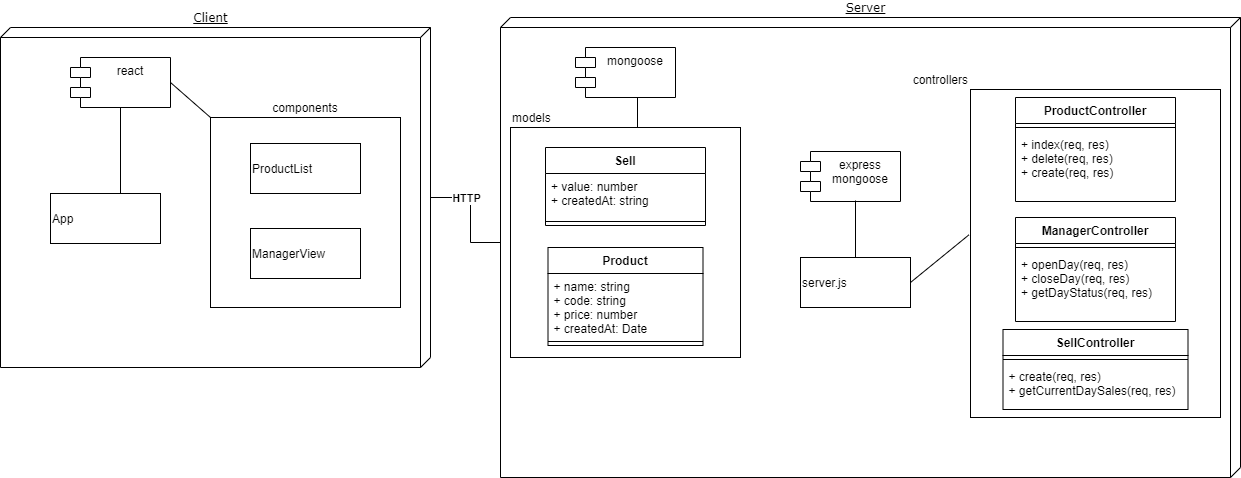
Before: diagram.png, a diagram exported from draw.io (rizzotto/supermarket). Source tidied: cells renumbered, new cells last; positions are measured from the earlier drawing's top-left corner, leaving out a move shared by most shapes. Source of this version:
```xml
<mxGraphModel background="#ffffff">
  <root>
    <mxCell id="0" />
    <mxCell id="1" parent="0" />
    <mxCell id="2" style="edgeStyle=orthogonalEdgeStyle;rounded=0;jettySize=auto;html=1;" parent="1" edge="1" source="4" target="7">
      <mxGeometry relative="1" as="geometry" />
    </mxCell>
    <mxCell id="3" value="&lt;b&gt;HTTP&lt;/b&gt;" style="edgeLabel;html=1;align=center;verticalAlign=middle;" parent="2" vertex="1">
      <mxGeometry x="-0.44" relative="1" as="geometry" />
    </mxCell>
    <mxCell id="4" value="Client" style="verticalAlign=bottom;align=center;spacingTop=8;spacingLeft=2;spacingRight=12;shape=cube;size=10;direction=south;fontStyle=4;html=1;rounded=0;shadow=0;comic=0;labelBackgroundColor=none;strokeWidth=1;fontFamily=Verdana;fontSize=12;labelPosition=center;verticalLabelPosition=top;" parent="1" vertex="1">
      <mxGeometry y="10" width="430" height="340" as="geometry" />
    </mxCell>
    <mxCell id="5" value="Server" style="verticalAlign=bottom;align=center;spacingTop=8;spacingLeft=2;spacingRight=12;shape=cube;size=10;direction=south;fontStyle=4;html=1;rounded=0;shadow=0;comic=0;labelBackgroundColor=none;strokeWidth=1;fontFamily=Verdana;fontSize=12;labelPosition=center;verticalLabelPosition=top;" parent="1" vertex="1">
      <mxGeometry x="500" width="740" height="460" as="geometry" />
    </mxCell>
    <mxCell id="6" value="mongoose" style="shape=module;align=left;spacingLeft=20;align=center;verticalAlign=top;" parent="1" vertex="1">
      <mxGeometry x="575" y="30" width="100" height="50" as="geometry" />
    </mxCell>
    <mxCell id="7" value="models" style="whiteSpace=wrap;html=1;labelPosition=center;verticalLabelPosition=top;align=left;verticalAlign=bottom;" parent="1" vertex="1">
      <mxGeometry x="510" y="110" width="230" height="230" as="geometry" />
    </mxCell>
    <mxCell id="8" style="endArrow=none;html=1;" parent="1" edge="1">
      <mxGeometry relative="1" as="geometry">
        <mxPoint x="637" y="110" as="sourcePoint" />
        <mxPoint x="637" y="80" as="targetPoint" />
      </mxGeometry>
    </mxCell>
    <mxCell id="9" value="controllers" style="whiteSpace=wrap;html=1;align=right;labelPosition=left;verticalLabelPosition=top;verticalAlign=bottom;" parent="1" vertex="1">
      <mxGeometry x="970" y="72" width="250" height="328" as="geometry" />
    </mxCell>
    <mxCell id="10" value="Sell" style="swimlane;fontStyle=1;align=center;verticalAlign=top;horizontal=1;startSize=26;" parent="1" vertex="1">
      <mxGeometry x="545" y="130" width="160" height="78" as="geometry" />
    </mxCell>
    <mxCell id="11" value="+ value: number&#10;+ createdAt: string" style="text;strokeColor=none;fillColor=none;align=left;verticalAlign=top;spacingLeft=4;spacingRight=4;overflow=hidden;" parent="10" vertex="1">
      <mxGeometry y="26" width="160" height="44" as="geometry" />
    </mxCell>
    <mxCell id="12" style="line;strokeWidth=1;fillColor=none;align=left;verticalAlign=middle;spacingTop=-1;spacingLeft=3;spacingRight=3;labelPosition=right;" parent="10" vertex="1">
      <mxGeometry y="70" width="160" height="8" as="geometry" />
    </mxCell>
    <mxCell id="13" value="Product" style="swimlane;fontStyle=1;align=center;verticalAlign=top;horizontal=1;startSize=26;" parent="1" vertex="1">
      <mxGeometry x="547.5" y="230" width="155" height="98" as="geometry" />
    </mxCell>
    <mxCell id="14" value="+ name: string&#10;+ code: string&#10;+ price: number&#10;+ createdAt: Date" style="text;strokeColor=none;fillColor=none;align=left;verticalAlign=top;spacingLeft=4;spacingRight=4;overflow=hidden;" parent="13" vertex="1">
      <mxGeometry y="26" width="155" height="64" as="geometry" />
    </mxCell>
    <mxCell id="15" style="line;strokeWidth=1;fillColor=none;align=left;verticalAlign=middle;spacingTop=-1;spacingLeft=3;spacingRight=3;labelPosition=right;" parent="13" vertex="1">
      <mxGeometry y="90" width="155" height="8" as="geometry" />
    </mxCell>
    <mxCell id="16" value="SellController" style="swimlane;fontStyle=1;align=center;verticalAlign=top;horizontal=1;startSize=26;" parent="1" vertex="1">
      <mxGeometry x="1002.5" y="312" width="185" height="80" as="geometry" />
    </mxCell>
    <mxCell id="17" style="line;strokeWidth=1;fillColor=none;align=left;verticalAlign=middle;spacingTop=-1;spacingLeft=3;spacingRight=3;labelPosition=right;" parent="16" vertex="1">
      <mxGeometry y="26" width="185" height="8" as="geometry" />
    </mxCell>
    <mxCell id="18" value="+ create(req, res)&#10;+ getCurrentDaySales(req, res)" style="text;strokeColor=none;fillColor=none;align=left;verticalAlign=top;spacingLeft=4;spacingRight=4;overflow=hidden;" parent="16" vertex="1">
      <mxGeometry y="34" width="185" height="46" as="geometry" />
    </mxCell>
    <mxCell id="19" value="ProductController" style="swimlane;fontStyle=1;align=center;verticalAlign=top;horizontal=1;startSize=26;" parent="1" vertex="1">
      <mxGeometry x="1015" y="80" width="160" height="104" as="geometry" />
    </mxCell>
    <mxCell id="20" style="line;strokeWidth=1;fillColor=none;align=left;verticalAlign=middle;spacingTop=-1;spacingLeft=3;spacingRight=3;labelPosition=right;" parent="19" vertex="1">
      <mxGeometry y="26" width="160" height="8" as="geometry" />
    </mxCell>
    <mxCell id="21" value="+ index(req, res)&#10;+ delete(req, res)&#10;+ create(req, res)" style="text;strokeColor=none;fillColor=none;align=left;verticalAlign=top;spacingLeft=4;spacingRight=4;overflow=hidden;" parent="19" vertex="1">
      <mxGeometry y="34" width="160" height="70" as="geometry" />
    </mxCell>
    <mxCell id="22" value="ManagerController" style="swimlane;fontStyle=1;align=center;verticalAlign=top;horizontal=1;startSize=26;" parent="1" vertex="1">
      <mxGeometry x="1015" y="200" width="160" height="104" as="geometry" />
    </mxCell>
    <mxCell id="23" style="line;strokeWidth=1;fillColor=none;align=left;verticalAlign=middle;spacingTop=-1;spacingLeft=3;spacingRight=3;labelPosition=right;" parent="22" vertex="1">
      <mxGeometry y="26" width="160" height="8" as="geometry" />
    </mxCell>
    <mxCell id="24" value="+ openDay(req, res)&#10;+ closeDay(req, res)&#10;+ getDayStatus(req, res)" style="text;strokeColor=none;fillColor=none;align=left;verticalAlign=top;spacingLeft=4;spacingRight=4;overflow=hidden;" parent="22" vertex="1">
      <mxGeometry y="34" width="160" height="70" as="geometry" />
    </mxCell>
    <mxCell id="25" value="server.js" style="html=1;align=left;" parent="1" vertex="1">
      <mxGeometry x="800" y="240" width="110" height="50" as="geometry" />
    </mxCell>
    <mxCell id="26" value="express&#10;mongoose" style="shape=module;align=left;spacingLeft=20;align=center;verticalAlign=top;" parent="1" vertex="1">
      <mxGeometry x="800" y="134" width="100" height="50" as="geometry" />
    </mxCell>
    <mxCell id="27" style="endArrow=none;html=1;exitX=0.5;exitY=0;exitDx=0;exitDy=0;" parent="1" edge="1" source="25">
      <mxGeometry relative="1" as="geometry">
        <mxPoint x="855" y="183" as="targetPoint" />
      </mxGeometry>
    </mxCell>
    <mxCell id="28" style="endArrow=none;html=1;entryX=-0.006;entryY=0.443;entryDx=0;entryDy=0;entryPerimeter=0;exitX=1;exitY=0.5;exitDx=0;exitDy=0;" parent="1" edge="1" source="25" target="9">
      <mxGeometry relative="1" as="geometry" />
    </mxCell>
    <mxCell id="29" value="App" style="html=1;align=left;" parent="1" vertex="1">
      <mxGeometry x="50" y="176" width="110" height="50" as="geometry" />
    </mxCell>
    <mxCell id="30" value="components" style="whiteSpace=wrap;html=1;align=center;labelPosition=center;verticalLabelPosition=top;verticalAlign=bottom;" parent="1" vertex="1">
      <mxGeometry x="210" y="100" width="190" height="190" as="geometry" />
    </mxCell>
    <mxCell id="31" value="ProductList" style="html=1;align=left;" parent="1" vertex="1">
      <mxGeometry x="250" y="126" width="110" height="50" as="geometry" />
    </mxCell>
    <mxCell id="32" value="ManagerView" style="html=1;align=left;" parent="1" vertex="1">
      <mxGeometry x="250" y="211" width="110" height="50" as="geometry" />
    </mxCell>
    <mxCell id="33" value="react" style="shape=module;align=left;spacingLeft=20;align=center;verticalAlign=top;" parent="1" vertex="1">
      <mxGeometry x="70" y="40" width="100" height="50" as="geometry" />
    </mxCell>
    <mxCell id="34" style="endArrow=none;html=1;entryX=1;entryY=0.5;entryDx=0;entryDy=0;exitX=0;exitY=0;exitDx=0;exitDy=0;" parent="1" edge="1" source="30" target="33">
      <mxGeometry relative="1" as="geometry" />
    </mxCell>
    <mxCell id="35" style="endArrow=none;html=1;" parent="1" edge="1">
      <mxGeometry relative="1" as="geometry">
        <mxPoint x="120" y="176" as="sourcePoint" />
        <mxPoint x="120" y="90" as="targetPoint" />
      </mxGeometry>
    </mxCell>
  </root>
</mxGraphModel>
```
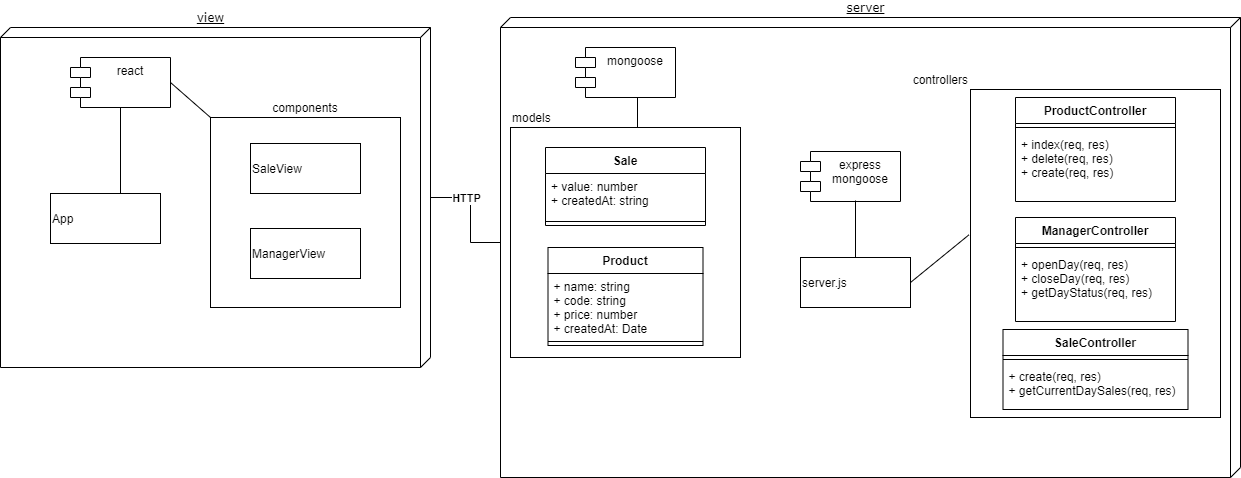
The same diagram one commit later.

Diff of the diagram source:
```diff
@@ -8,10 +8,10 @@
     <mxCell id="3" value="&lt;b&gt;HTTP&lt;/b&gt;" style="edgeLabel;html=1;align=center;verticalAlign=middle;" parent="2" vertex="1">
       <mxGeometry x="-0.44" relative="1" as="geometry" />
     </mxCell>
-    <mxCell id="4" value="Client" style="verticalAlign=bottom;align=center;spacingTop=8;spacingLeft=2;spacingRight=12;shape=cube;size=10;direction=south;fontStyle=4;html=1;rounded=0;shadow=0;comic=0;labelBackgroundColor=none;strokeWidth=1;fontFamily=Verdana;fontSize=12;labelPosition=center;verticalLabelPosition=top;" parent="1" vertex="1">
+    <mxCell id="4" value="view&lt;br&gt;" style="verticalAlign=bottom;align=center;spacingTop=8;spacingLeft=2;spacingRight=12;shape=cube;size=10;direction=south;fontStyle=4;html=1;rounded=0;shadow=0;comic=0;labelBackgroundColor=none;strokeWidth=1;fontFamily=Verdana;fontSize=12;labelPosition=center;verticalLabelPosition=top;" parent="1" vertex="1">
       <mxGeometry y="10" width="430" height="340" as="geometry" />
     </mxCell>
-    <mxCell id="5" value="Server" style="verticalAlign=bottom;align=center;spacingTop=8;spacingLeft=2;spacingRight=12;shape=cube;size=10;direction=south;fontStyle=4;html=1;rounded=0;shadow=0;comic=0;labelBackgroundColor=none;strokeWidth=1;fontFamily=Verdana;fontSize=12;labelPosition=center;verticalLabelPosition=top;" parent="1" vertex="1">
+    <mxCell id="5" value="server&lt;br&gt;" style="verticalAlign=bottom;align=center;spacingTop=8;spacingLeft=2;spacingRight=12;shape=cube;size=10;direction=south;fontStyle=4;html=1;rounded=0;shadow=0;comic=0;labelBackgroundColor=none;strokeWidth=1;fontFamily=Verdana;fontSize=12;labelPosition=center;verticalLabelPosition=top;" parent="1" vertex="1">
       <mxGeometry x="500" width="740" height="460" as="geometry" />
     </mxCell>
     <mxCell id="6" value="mongoose" style="shape=module;align=left;spacingLeft=20;align=center;verticalAlign=top;" parent="1" vertex="1">
@@ -29,7 +29,7 @@
     <mxCell id="9" value="controllers" style="whiteSpace=wrap;html=1;align=right;labelPosition=left;verticalLabelPosition=top;verticalAlign=bottom;" parent="1" vertex="1">
       <mxGeometry x="970" y="72" width="250" height="328" as="geometry" />
     </mxCell>
-    <mxCell id="10" value="Sell" style="swimlane;fontStyle=1;align=center;verticalAlign=top;horizontal=1;startSize=26;" parent="1" vertex="1">
+    <mxCell id="10" value="Sale" style="swimlane;fontStyle=1;align=center;verticalAlign=top;horizontal=1;startSize=26;" parent="1" vertex="1">
       <mxGeometry x="545" y="130" width="160" height="78" as="geometry" />
     </mxCell>
     <mxCell id="11" value="+ value: number&#10;+ createdAt: string" style="text;strokeColor=none;fillColor=none;align=left;verticalAlign=top;spacingLeft=4;spacingRight=4;overflow=hidden;" parent="10" vertex="1">
@@ -47,7 +47,7 @@
     <mxCell id="15" style="line;strokeWidth=1;fillColor=none;align=left;verticalAlign=middle;spacingTop=-1;spacingLeft=3;spacingRight=3;labelPosition=right;" parent="13" vertex="1">
       <mxGeometry y="90" width="155" height="8" as="geometry" />
     </mxCell>
-    <mxCell id="16" value="SellController" style="swimlane;fontStyle=1;align=center;verticalAlign=top;horizontal=1;startSize=26;" parent="1" vertex="1">
+    <mxCell id="16" value="SaleController" style="swimlane;fontStyle=1;align=center;verticalAlign=top;horizontal=1;startSize=26;" parent="1" vertex="1">
       <mxGeometry x="1002.5" y="312" width="185" height="80" as="geometry" />
     </mxCell>
     <mxCell id="17" style="line;strokeWidth=1;fillColor=none;align=left;verticalAlign=middle;spacingTop=-1;spacingLeft=3;spacingRight=3;labelPosition=right;" parent="16" vertex="1">
@@ -94,7 +94,7 @@
     <mxCell id="30" value="components" style="whiteSpace=wrap;html=1;align=center;labelPosition=center;verticalLabelPosition=top;verticalAlign=bottom;" parent="1" vertex="1">
       <mxGeometry x="210" y="100" width="190" height="190" as="geometry" />
     </mxCell>
-    <mxCell id="31" value="ProductList" style="html=1;align=left;" parent="1" vertex="1">
+    <mxCell id="31" value="SaleView" style="html=1;align=left;" parent="1" vertex="1">
       <mxGeometry x="250" y="126" width="110" height="50" as="geometry" />
     </mxCell>
     <mxCell id="32" value="ManagerView" style="html=1;align=left;" parent="1" vertex="1">
```
